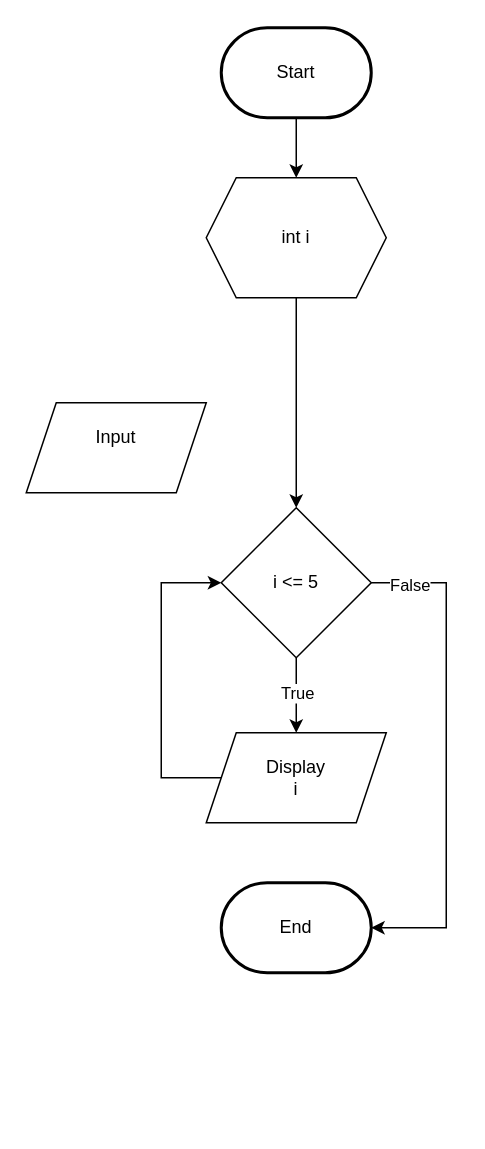
This is page "While" (5 of 6) of Flowchart_PendaModul2.drawio from elikawicaksana/BuildIT_BasisData, a draw.io file, before an edit. Source tidied: cells renumbered, new cells numbered last; positions are measured from the earlier drawing's top-left corner, leaving out a move shared by most shapes. Both pictures are drawn from the tidied source at 150%, with x=0, y=0 at pixel (26, 27).
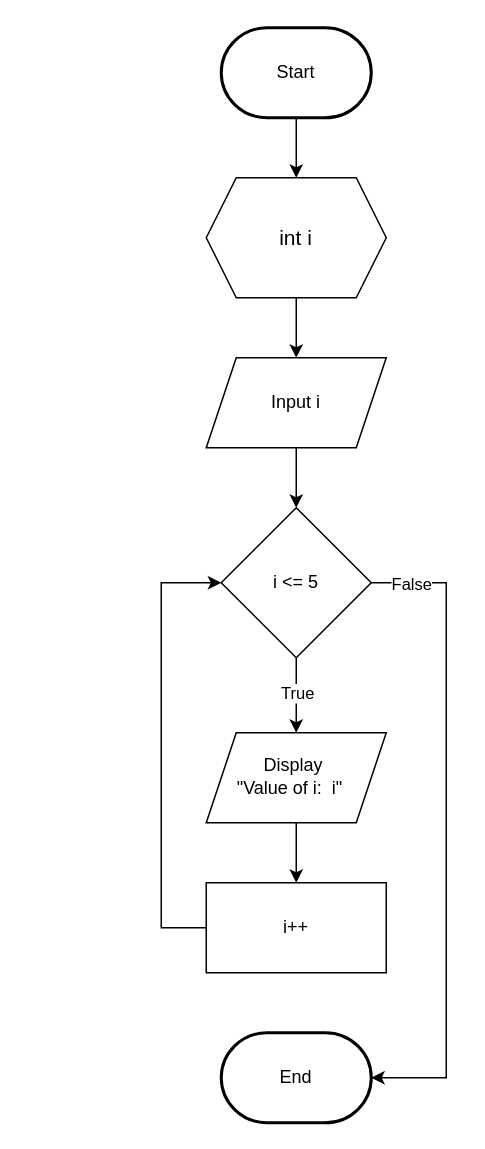
Above is the later version.

The change refers to these unchanged cells:
```xml
<mxCell id="9" value="i &amp;lt;= 5" style="rhombus;whiteSpace=wrap;html=1;" parent="1" vertex="1">
  <mxGeometry x="130" y="320" width="100" height="100" as="geometry" />
</mxCell>
```

The edit, as a diff of the source:
```diff
@@
     <mxCell id="4" value="End" style="strokeWidth=2;html=1;shape=mxgraph.flowchart.terminator;whiteSpace=wrap;" parent="1" vertex="1">
-      <mxGeometry x="130" y="570" width="100" height="60" as="geometry" />
+      <mxGeometry x="130" y="670" width="100" height="60" as="geometry" />
     </mxCell>
-    <mxCell id="5" style="edgeStyle=orthogonalEdgeStyle;rounded=0;jettySize=auto;html=1;entryX=0.5;entryY=0;entryDx=0;entryDy=0;" parent="1" edge="1" source="6" target="9">
+    <mxCell id="5" style="edgeStyle=orthogonalEdgeStyle;rounded=0;jettySize=auto;html=1;entryX=0.5;entryY=0;entryDx=0;entryDy=0;" parent="1" edge="1" source="6" target="14">
       <mxGeometry relative="1" as="geometry" />
     </mxCell>
-    <mxCell id="6" value="int i" style="shape=hexagon;perimeter=hexagonPerimeter2;whiteSpace=wrap;html=1;fixedSize=1;" parent="1" vertex="1">
+    <mxCell id="6" value="&lt;font style=&quot;font-size: 14px;&quot;&gt;int i&lt;/font&gt;" style="shape=hexagon;perimeter=hexagonPerimeter2;whiteSpace=wrap;html=1;fixedSize=1;" parent="1" vertex="1">
       <mxGeometry x="120" y="100" width="120" height="80" as="geometry" />
     </mxCell>
@@
-    <mxCell id="10" style="edgeStyle=orthogonalEdgeStyle;rounded=0;jettySize=auto;html=1;entryX=0;entryY=0.5;entryDx=0;entryDy=0;" parent="1" edge="1" source="11" target="9">
+    <mxCell id="10" style="edgeStyle=orthogonalEdgeStyle;rounded=0;jettySize=auto;html=1;entryX=0;entryY=0.5;entryDx=0;entryDy=0;exitX=0;exitY=0.5;exitDx=0;exitDy=0;" parent="1" edge="1" source="17" target="9">
       <mxGeometry relative="1" as="geometry">
         <Array as="points">
-          <mxPoint x="90" y="500" />
+          <mxPoint x="90" y="600" />
           <mxPoint x="90" y="370" />
         </Array>
       </mxGeometry>
     </mxCell>
+    <mxCell id="15" style="edgeStyle=orthogonalEdgeStyle;rounded=0;jettySize=auto;html=1;entryX=0.5;entryY=0;entryDx=0;entryDy=0;" parent="1" edge="1" source="11" target="17">
+      <mxGeometry relative="1" as="geometry" />
+    </mxCell>
-    <mxCell id="11" value="&lt;font face=&quot;Helvetica&quot; style=&quot;font-size: 12px;&quot;&gt;Display&lt;/font&gt;&lt;div&gt;i&lt;/div&gt;" style="shape=parallelogram;perimeter=parallelogramPerimeter;whiteSpace=wrap;html=1;fixedSize=1;" parent="1" vertex="1">
+    <mxCell id="11" value="&lt;font face=&quot;Helvetica&quot; style=&quot;font-size: 12px;&quot;&gt;Display&amp;nbsp;&lt;/font&gt;&lt;div&gt;&lt;span style=&quot;background-color: initial; --darkreader-inline-bgcolor: initial;&quot;&gt;&quot;Value of i:&amp;nbsp; i&quot;&lt;font style=&quot;--darkreader-inline-color: #e8e6e3;&quot; face=&quot;Courier New&quot; color=&quot;#000000&quot;&gt;&lt;span style=&quot;font-size: 10pt;&quot;&gt;&amp;nbsp;&lt;/span&gt;&lt;/font&gt;&lt;/span&gt;&lt;/div&gt;" style="shape=parallelogram;perimeter=parallelogramPerimeter;whiteSpace=wrap;html=1;fixedSize=1;" parent="1" vertex="1">
       <mxGeometry x="120" y="470" width="120" height="60" as="geometry" />
     </mxCell>
     <mxCell id="12" style="edgeStyle=orthogonalEdgeStyle;rounded=0;jettySize=auto;html=1;entryX=1;entryY=0.5;entryDx=0;entryDy=0;entryPerimeter=0;" parent="1" edge="1" source="9" target="4">
       <mxGeometry relative="1" as="geometry">
         <Array as="points">
           <mxPoint x="280" y="370" />
-          <mxPoint x="280" y="600" />
+          <mxPoint x="280" y="700" />
         </Array>
       </mxGeometry>
     </mxCell>
     <mxCell id="13" value="False" style="edgeLabel;html=1;align=center;verticalAlign=middle;" parent="12" vertex="1">
-      <mxGeometry x="-0.85" y="-1" relative="1" as="geometry" />
+      <mxGeometry x="-0.88" relative="1" as="geometry" />
     </mxCell>
+    <mxCell id="16" style="edgeStyle=orthogonalEdgeStyle;rounded=0;jettySize=auto;html=1;entryX=0.5;entryY=0;entryDx=0;entryDy=0;" parent="1" edge="1" source="14" target="9">
+      <mxGeometry relative="1" as="geometry" />
+    </mxCell>
-    <mxCell id="14" value="Input&lt;div&gt;&lt;br&gt;&lt;/div&gt;" style="shape=parallelogram;perimeter=parallelogramPerimeter;whiteSpace=wrap;html=1;fixedSize=1;" parent="1" vertex="1">
-      <mxGeometry y="250" width="120" height="60" as="geometry" />
+    <mxCell id="14" value="Input&amp;nbsp;&lt;span style=&quot;background-color: initial; color: rgb(0, 0, 0); --darkreader-inline-bgcolor: initial; --darkreader-inline-color: #e8e6e3;&quot;&gt;i&lt;/span&gt;" style="shape=parallelogram;perimeter=parallelogramPerimeter;whiteSpace=wrap;html=1;fixedSize=1;" parent="1" vertex="1">
+      <mxGeometry x="120" y="220" width="120" height="60" as="geometry" />
     </mxCell>
+    <mxCell id="17" value="i++" style="rounded=0;whiteSpace=wrap;html=1;" parent="1" vertex="1">
+      <mxGeometry x="120" y="570" width="120" height="60" as="geometry" />
+    </mxCell>
```
